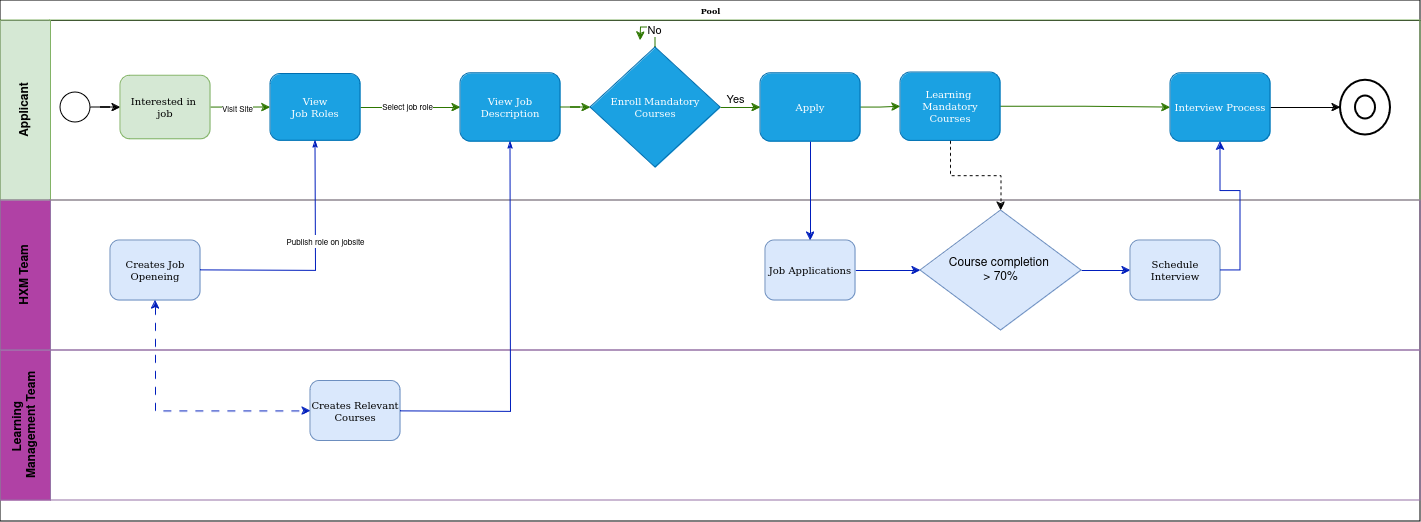
The draw.io diagram BPMN/Untitled Diagram.drawio.png in Meharaj-thoufik/Quality-Candidate-Recruit, before a commit. Source tidied: cells renumbered, new cells last; positions are measured from the earlier drawing's top-left corner, leaving out a move shared by most shapes.
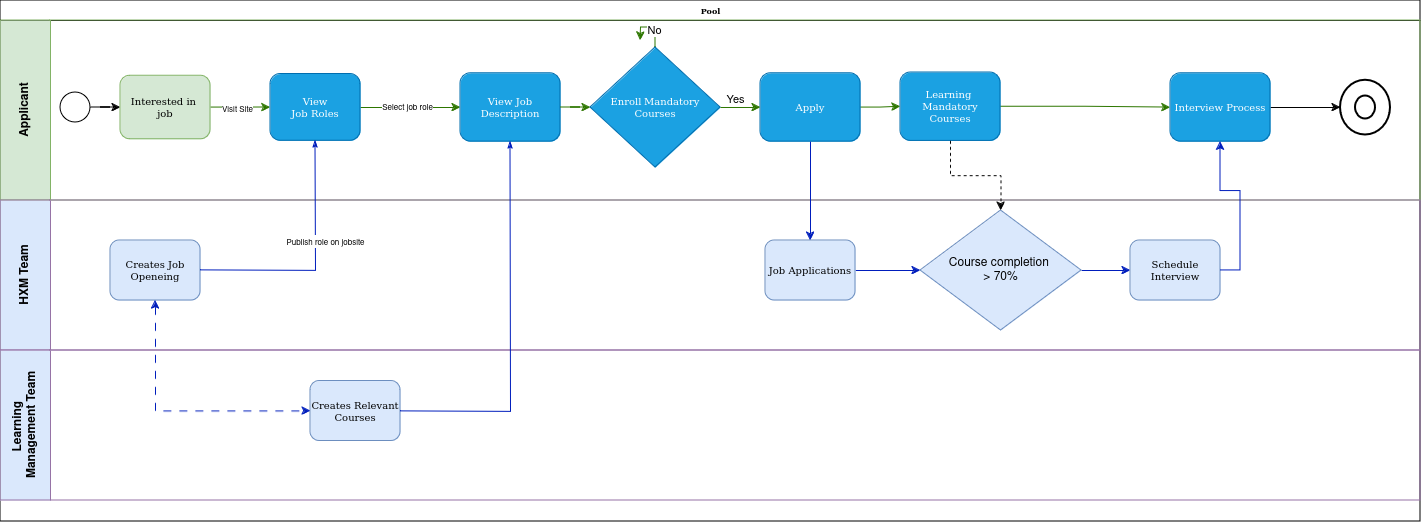
After the commit.

The edit, as a diff of the source:
```diff
@@ -83,7 +83,7 @@
     <mxCell id="26" style="strokeWidth=2;html=1;shape=mxgraph.flowchart.start_2;whiteSpace=wrap;" parent="3" vertex="1">
       <mxGeometry x="1355" y="75.5" width="20" height="23" as="geometry" />
     </mxCell>
-    <mxCell id="27" value="HXM Team" style="swimlane;html=1;startSize=50;horizontal=0;fillColor=#B041A5;strokeColor=#9673a6;swimlaneFillColor=none;" parent="2" vertex="1">
+    <mxCell id="27" value="HXM Team" style="swimlane;html=1;startSize=50;horizontal=0;fillColor=#DAE8FC;strokeColor=#9673a6;swimlaneFillColor=none;" parent="2" vertex="1">
       <mxGeometry y="200" width="1420" height="150" as="geometry" />
     </mxCell>
     <mxCell id="28" value="&lt;font size=&quot;1&quot;&gt;&lt;span&gt;Creates Job Openeing &lt;/span&gt;&lt;/font&gt;" style="rounded=1;whiteSpace=wrap;html=1;shadow=0;labelBackgroundColor=none;strokeWidth=1;fontFamily=Verdana;fontSize=8;align=center;fillColor=#dae8fc;strokeColor=#6c8ebf;" parent="27" vertex="1">
@@ -104,7 +104,7 @@
     <mxCell id="33" value="&lt;font style=&quot;font-size: 10px;&quot;&gt;Schedule Interview &lt;br&gt;&lt;/font&gt;" style="rounded=1;whiteSpace=wrap;html=1;shadow=0;labelBackgroundColor=none;strokeWidth=1;fontFamily=Verdana;fontSize=8;align=center;fillColor=#dae8fc;strokeColor=#6c8ebf;" parent="27" vertex="1">
       <mxGeometry x="1130" y="40" width="90" height="60" as="geometry" />
     </mxCell>
-    <mxCell id="34" value="&lt;div&gt;Learning&amp;nbsp;&lt;/div&gt;&lt;div&gt;Management Team&lt;br&gt;&lt;/div&gt;" style="swimlane;html=1;startSize=50;horizontal=0;fillColor=#B041A5;strokeColor=#9673a6;swimlaneFillColor=none;" parent="2" vertex="1">
+    <mxCell id="34" value="&lt;div&gt;Learning&amp;nbsp;&lt;/div&gt;&lt;div&gt;Management Team&lt;br&gt;&lt;/div&gt;" style="swimlane;html=1;startSize=50;horizontal=0;fillColor=#DAE8FC;strokeColor=#9673a6;swimlaneFillColor=none;" parent="2" vertex="1">
       <mxGeometry y="350" width="1420" height="150" as="geometry" />
     </mxCell>
     <mxCell id="35" value="&lt;div&gt;&lt;font size=&quot;1&quot;&gt;&lt;span&gt;Creates Relevant&lt;/span&gt;&lt;/font&gt;&lt;/div&gt;&lt;div&gt;&lt;font size=&quot;1&quot;&gt;&lt;span&gt;Courses &lt;/span&gt;&lt;/font&gt;&lt;/div&gt;" style="rounded=1;whiteSpace=wrap;html=1;shadow=0;labelBackgroundColor=none;strokeWidth=1;fontFamily=Verdana;fontSize=8;align=center;fillColor=#dae8fc;strokeColor=#6c8ebf;" parent="34" vertex="1">
```
